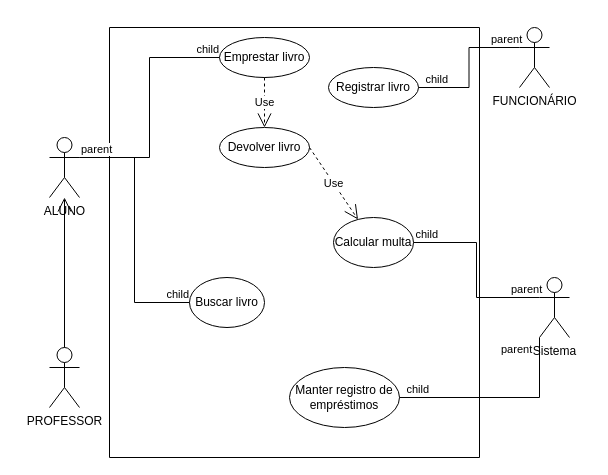
Before: Diagrama sem nome.drawio in douglaslima-ubec/engenharia-software, a draw.io diagram. Source tidied: cells renumbered, new cells numbered last; positions are measured from the earlier drawing's top-left corner, leaving out a move shared by most shapes. Both pictures are drawn from the tidied source at 100%, with x=0, y=0 at pixel (49, 27).
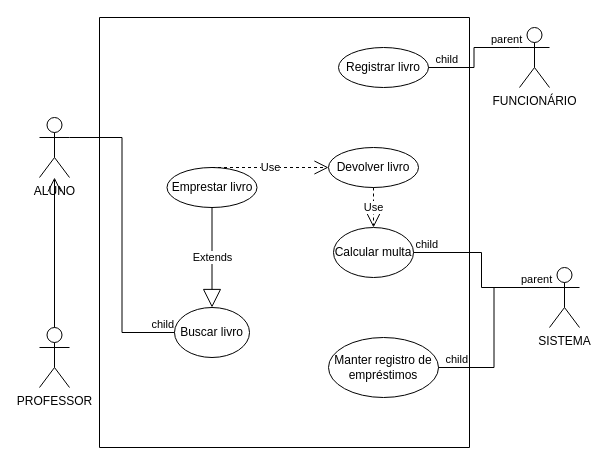
The same diagram, later.

Change to the diagram source:
```diff
@@
     <mxCell id="3" style="verticalLabelPosition=bottom;verticalAlign=top;html=1;shape=mxgraph.basic.rect;fillColor2=none;strokeWidth=1;size=20;indent=5;" parent="1" vertex="1">
-      <mxGeometry x="60" width="370" height="430" as="geometry" />
+      <mxGeometry x="50" y="-10" width="370" height="430" as="geometry" />
     </mxCell>
     <mxCell id="4" value="ALUNO" style="shape=umlActor;verticalLabelPosition=bottom;verticalAlign=top;html=1;" parent="1" vertex="1">
-      <mxGeometry y="110" width="30" height="60" as="geometry" />
+      <mxGeometry x="-10" y="90" width="30" height="60" as="geometry" />
     </mxCell>
     <mxCell id="5" value="PROFESSOR" style="shape=umlActor;verticalLabelPosition=bottom;verticalAlign=top;html=1;" parent="1" vertex="1">
-      <mxGeometry y="320" width="30" height="60" as="geometry" />
+      <mxGeometry x="-10" y="300" width="30" height="60" as="geometry" />
     </mxCell>
@@
     <mxCell id="7" value="Registrar livro" style="ellipse;whiteSpace=wrap;html=1;" parent="1" vertex="1">
-      <mxGeometry x="279" y="40" width="90" height="40" as="geometry" />
+      <mxGeometry x="289" y="20" width="90" height="40" as="geometry" />
     </mxCell>
@@
     <mxCell id="11" value="Emprestar livro" style="ellipse;whiteSpace=wrap;html=1;" parent="1" vertex="1">
-      <mxGeometry x="170" y="10" width="90" height="40" as="geometry" />
+      <mxGeometry x="117.5" y="140" width="90" height="40" as="geometry" />
     </mxCell>
-    <mxCell id="12" style="endArrow=none;html=1;edgeStyle=orthogonalEdgeStyle;rounded=0;exitX=1;exitY=0.3333333333333333;exitDx=0;exitDy=0;exitPerimeter=0;entryX=0;entryY=0.5;entryDx=0;entryDy=0;" parent="1" edge="1" source="4" target="11">
-      <mxGeometry relative="1" as="geometry" />
-    </mxCell>
-    <mxCell id="13" value="parent" style="edgeLabel;html=1;align=left;verticalAlign=bottom;" parent="12" vertex="1">
-      <mxGeometry x="-1" relative="1" as="geometry" />
-    </mxCell>
-    <mxCell id="14" value="child" style="edgeLabel;html=1;align=right;verticalAlign=bottom;" parent="12" vertex="1">
-      <mxGeometry x="1" relative="1" as="geometry" />
-    </mxCell>
     <mxCell id="15" value="Devolver livro" style="ellipse;whiteSpace=wrap;html=1;" parent="1" vertex="1">
-      <mxGeometry x="170" y="100" width="90" height="40" as="geometry" />
+      <mxGeometry x="279" y="120" width="90" height="40" as="geometry" />
     </mxCell>
-    <mxCell id="16" value="Use" style="endArrow=open;endSize=12;dashed=1;html=1;rounded=0;exitX=0.5;exitY=1;exitDx=0;exitDy=0;" parent="1" edge="1" source="11" target="15">
+    <mxCell id="16" value="Use" style="endArrow=open;endSize=12;dashed=1;html=1;rounded=0;exitX=0.5;exitY=0;exitDx=0;exitDy=0;" parent="1" edge="1" source="11" target="15">
       <mxGeometry relative="1" as="geometry" />
     </mxCell>
     <mxCell id="17" value="Calcular multa" style="ellipse;whiteSpace=wrap;html=1;" parent="1" vertex="1">
-      <mxGeometry x="284" y="190" width="80" height="50" as="geometry" />
+      <mxGeometry x="284" y="200" width="80" height="50" as="geometry" />
     </mxCell>
-    <mxCell id="18" value="Use" style="endArrow=open;endSize=12;dashed=1;html=1;rounded=0;exitX=1;exitY=0.5;exitDx=0;exitDy=0;" parent="1" edge="1" source="15" target="17">
+    <mxCell id="18" value="Use" style="endArrow=open;endSize=12;dashed=1;html=1;rounded=0;exitX=0.5;exitY=1;exitDx=0;exitDy=0;" parent="1" edge="1" source="15" target="17">
       <mxGeometry relative="1" as="geometry" />
     </mxCell>
-    <mxCell id="19" value="Sistema" style="shape=umlActor;verticalLabelPosition=bottom;verticalAlign=top;html=1;" parent="1" vertex="1">
-      <mxGeometry x="490" y="250" width="30" height="60" as="geometry" />
+    <mxCell id="19" value="SISTEMA" style="shape=umlActor;verticalLabelPosition=bottom;verticalAlign=top;html=1;" parent="1" vertex="1">
+      <mxGeometry x="500" y="240" width="30" height="60" as="geometry" />
     </mxCell>
@@
     <mxCell id="23" value="Manter registro de empréstimos" style="ellipse;whiteSpace=wrap;html=1;" parent="1" vertex="1">
-      <mxGeometry x="240" y="340" width="110" height="60" as="geometry" />
+      <mxGeometry x="279" y="310" width="110" height="60" as="geometry" />
     </mxCell>
-    <mxCell id="24" style="endArrow=none;html=1;edgeStyle=orthogonalEdgeStyle;rounded=0;exitX=0;exitY=1;exitDx=0;exitDy=0;exitPerimeter=0;entryX=1;entryY=0.5;entryDx=0;entryDy=0;" parent="1" edge="1" source="19" target="23">
+    <mxCell id="24" style="endArrow=none;html=1;edgeStyle=orthogonalEdgeStyle;rounded=0;exitX=0;exitY=0.3333333333333333;exitDx=0;exitDy=0;exitPerimeter=0;entryX=1;entryY=0.5;entryDx=0;entryDy=0;" parent="1" edge="1" source="19" target="23">
       <mxGeometry relative="1" as="geometry" />
     </mxCell>
-    <mxCell id="25" value="parent" style="edgeLabel;html=1;align=left;verticalAlign=bottom;" parent="24" vertex="1">
-      <mxGeometry x="-1" relative="1" as="geometry">
-        <mxPoint x="-40" y="20" as="offset" />
-      </mxGeometry>
-    </mxCell>
@@
     <mxCell id="27" value="Buscar livro" style="ellipse;whiteSpace=wrap;html=1;" parent="1" vertex="1">
-      <mxGeometry x="140" y="250" width="75" height="50" as="geometry" />
+      <mxGeometry x="125" y="280" width="75" height="50" as="geometry" />
     </mxCell>
@@
+    <mxCell id="30" value="Extends" style="endArrow=block;endSize=16;endFill=0;html=1;rounded=0;exitX=0.5;exitY=1;exitDx=0;exitDy=0;entryX=0.5;entryY=0;entryDx=0;entryDy=0;" parent="1" edge="1" source="11" target="27">
+      <mxGeometry relative="1" as="geometry" />
+    </mxCell>
```
